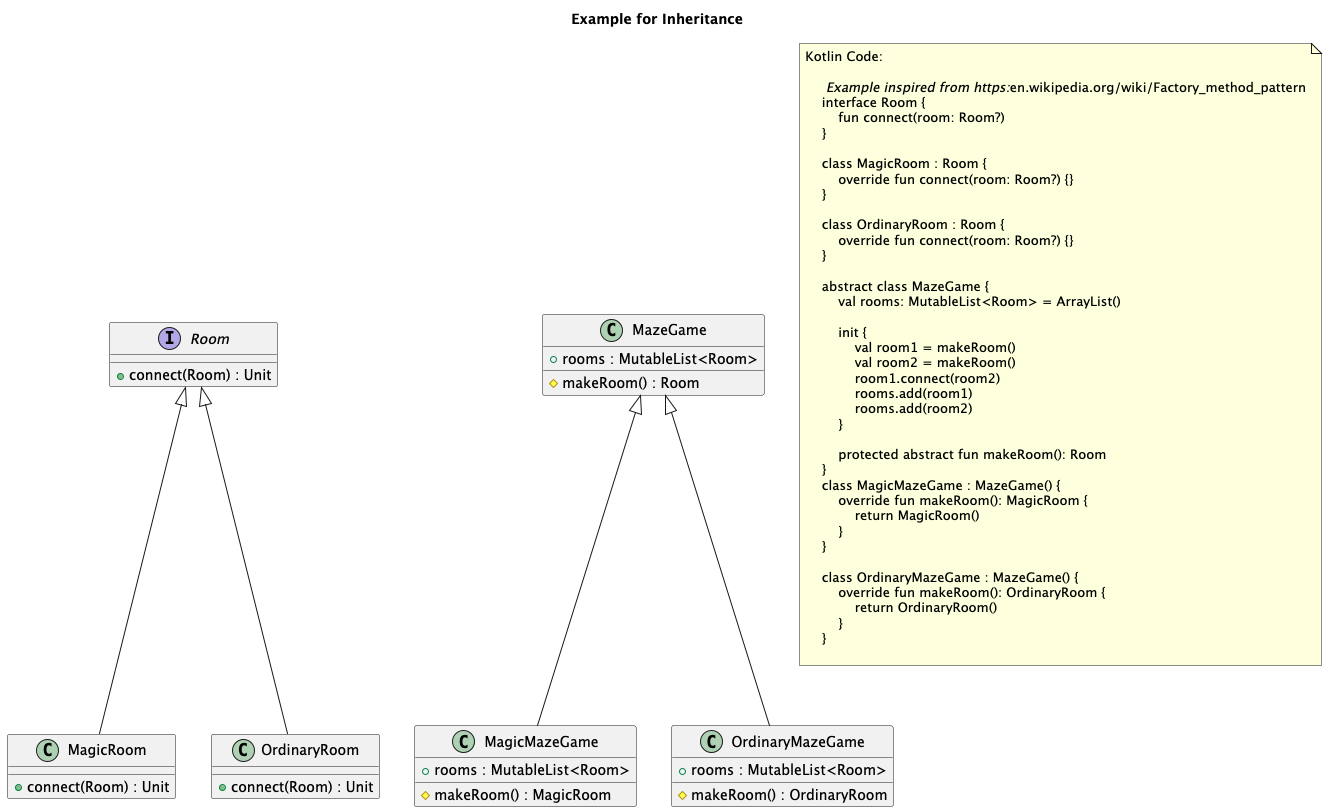
Tosaa/ksp-plantuml keeps this PlantUML diagram as doc/plantuml/Inheritance.png. Above is the earlier version. The source it was exported from:
```plantuml
@startuml
title Example for Inheritance

    interface "Room" as Room {
        + connect(Room) : Unit
    }


    class "MagicRoom" as MagicRoom {
        + connect(Room) : Unit
    }


    class "OrdinaryRoom" as OrdinaryRoom {
        + connect(Room) : Unit
    }


    class "MazeGame" as MazeGame {
        + rooms : MutableList<Room>
		# makeRoom() : Room
    }


    class "MagicMazeGame" as MagicMazeGame {
        + rooms : MutableList<Room>
		# makeRoom() : MagicRoom
    }


    class "OrdinaryMazeGame" as OrdinaryMazeGame {
        + rooms : MutableList<Room>
		# makeRoom() : OrdinaryRoom
    }


Room <|-- MagicRoom
Room <|-- OrdinaryRoom
MazeGame <|-- MagicMazeGame
MazeGame <|-- OrdinaryMazeGame

note as note_of_code
Kotlin Code:

    // Example inspired from https://en.wikipedia.org/wiki/Factory_method_pattern
    interface Room {
        fun connect(room: Room?)
    }

    class MagicRoom : Room {
        override fun connect(room: Room?) {}
    }

    class OrdinaryRoom : Room {
        override fun connect(room: Room?) {}
    }

    abstract class MazeGame {
        val rooms: MutableList<Room> = ArrayList()

        init {
            val room1 = makeRoom()
            val room2 = makeRoom()
            room1.connect(room2)
            rooms.add(room1)
            rooms.add(room2)
        }

        protected abstract fun makeRoom(): Room
    }
    class MagicMazeGame : MazeGame() {
        override fun makeRoom(): MagicRoom {
            return MagicRoom()
        }
    }

    class OrdinaryMazeGame : MazeGame() {
        override fun makeRoom(): OrdinaryRoom {
            return OrdinaryRoom()
        }
    }

end note

@enduml
```
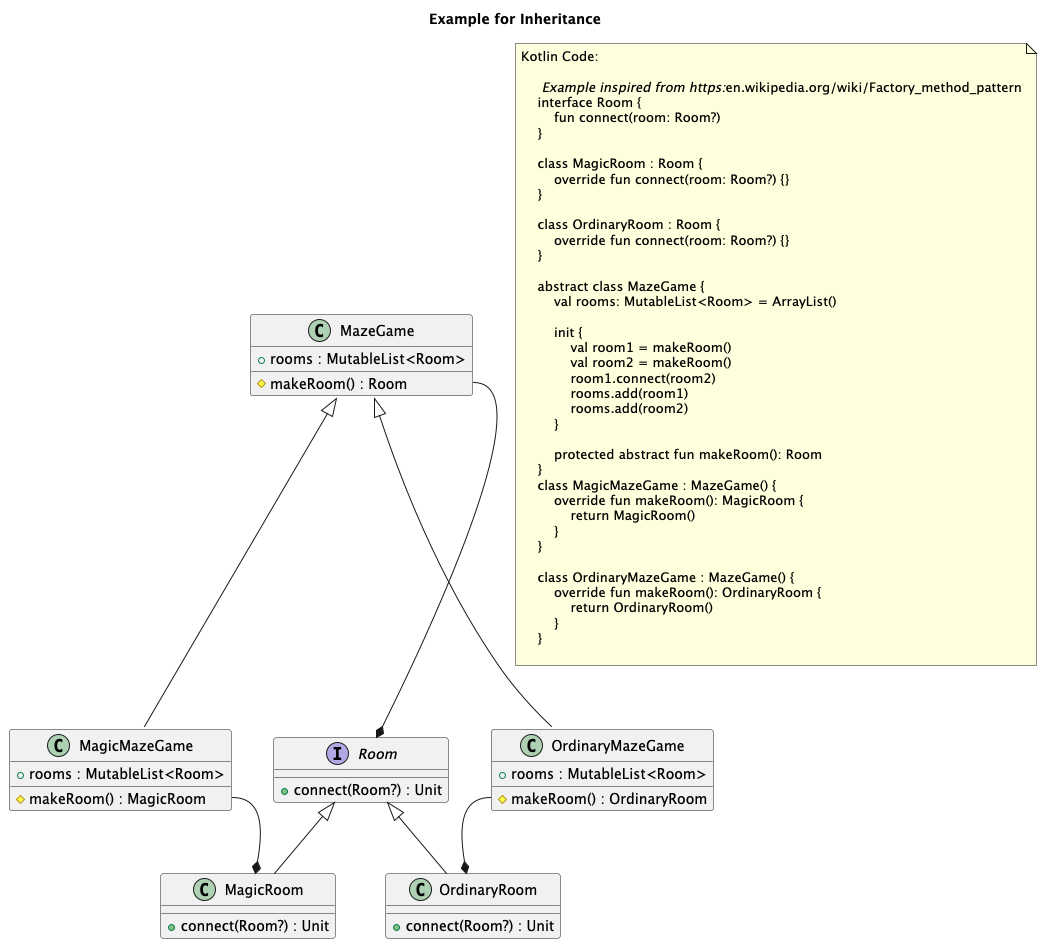
Above is the later version.

What changed in the source:
```diff
@@ -2,17 +2,17 @@
 title Example for Inheritance
 
     interface "Room" as Room {
-        + connect(Room) : Unit
+        + connect(Room?) : Unit
     }
 
 
     class "MagicRoom" as MagicRoom {
-        + connect(Room) : Unit
+        + connect(Room?) : Unit
     }
 
 
     class "OrdinaryRoom" as OrdinaryRoom {
-        + connect(Room) : Unit
+        + connect(Room?) : Unit
     }
 
 
@@ -36,8 +36,11 @@
 
 Room <|-- MagicRoom
 Room <|-- OrdinaryRoom
+MazeGame::makeRoom --* Room
 MazeGame <|-- MagicMazeGame
+MagicMazeGame::makeRoom --* MagicRoom
 MazeGame <|-- OrdinaryMazeGame
+OrdinaryMazeGame::makeRoom --* OrdinaryRoom
 
 note as note_of_code
 Kotlin Code:
```
